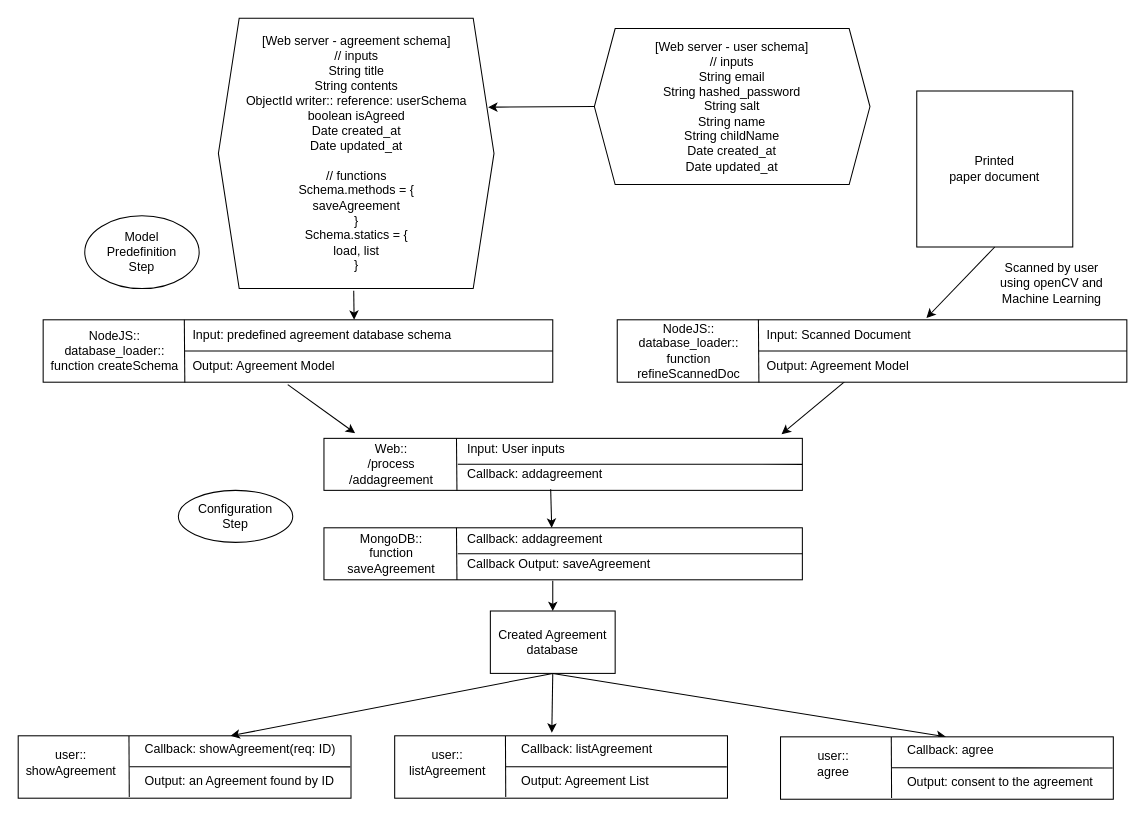
This is page "Page-2" (2 of 3) of Untitled Diagram.drawio from dosthcpp/My-Projects, a draw.io file, before an edit. Source tidied: cells renumbered, new cells numbered last; positions are measured from the earlier drawing's top-left corner, leaving out a move shared by most shapes. Both pictures are drawn from the tidied source at 104%, with x=0, y=0 at pixel (18, 18).
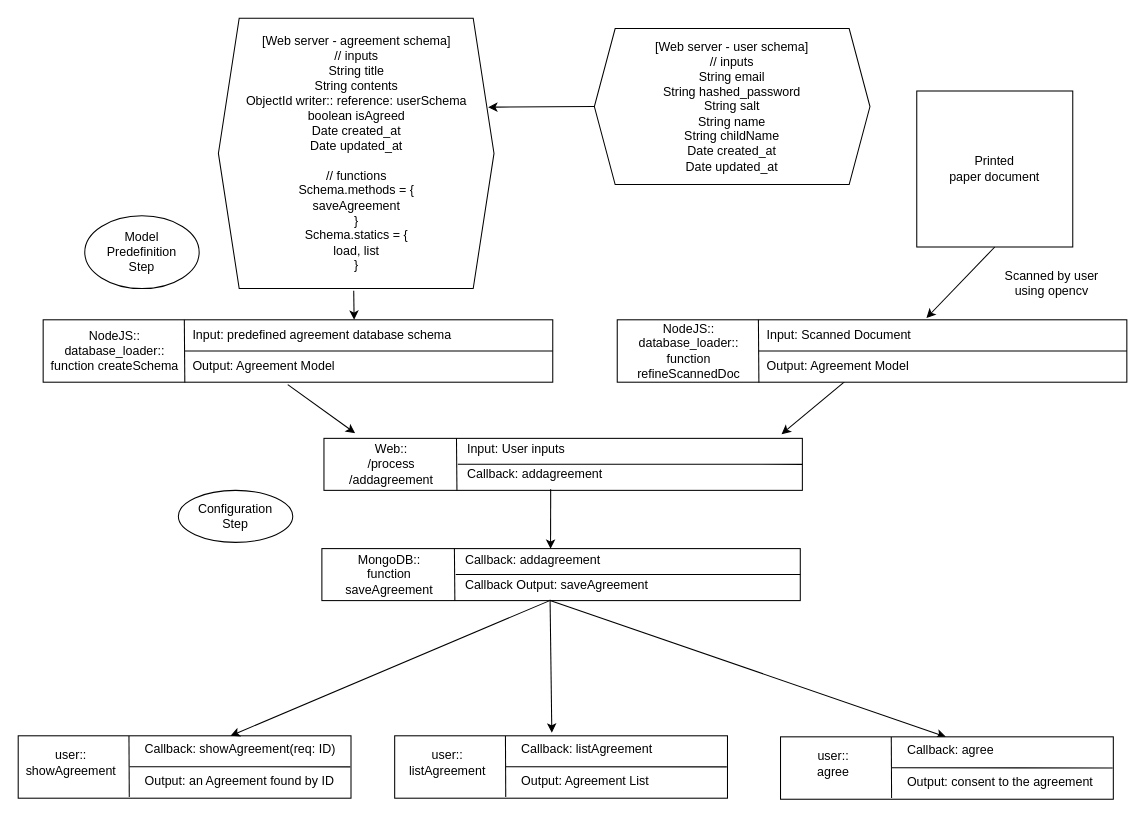
After the change.

The change refers to these unchanged cells:
```xml
<mxCell id="30" style="rounded=0;whiteSpace=wrap;html=1;" parent="1" vertex="1">
  <mxGeometry y="690" width="320" height="60" as="geometry" />
</mxCell>
```

Change to the diagram source:
```diff
@@
-    <mxCell id="15" value="Scanned by user using openCV and&lt;br&gt;Machine Learning" style="text;html=1;strokeColor=none;fillColor=none;align=center;verticalAlign=middle;whiteSpace=wrap;rounded=0;" parent="1" vertex="1">
+    <mxCell id="15" value="Scanned by user&lt;br&gt;using opencv" style="text;html=1;strokeColor=none;fillColor=none;align=center;verticalAlign=middle;whiteSpace=wrap;rounded=0;" parent="1" vertex="1">
       <mxGeometry x="934" y="230" width="120" height="50" as="geometry" />
     </mxCell>
@@
     <mxCell id="23" style="rounded=0;whiteSpace=wrap;html=1;" parent="1" vertex="1">
-      <mxGeometry x="294" y="490" width="460" height="50" as="geometry" />
+      <mxGeometry x="292" y="510" width="460" height="50" as="geometry" />
     </mxCell>
     <mxCell id="24" value="MongoDB::&lt;br&gt;function saveAgreement" style="text;html=1;strokeColor=none;fillColor=none;align=center;verticalAlign=middle;whiteSpace=wrap;rounded=0;" parent="1" vertex="1">
-      <mxGeometry x="294" y="505" width="130" height="20" as="geometry" />
+      <mxGeometry x="292" y="525" width="130" height="20" as="geometry" />
     </mxCell>
     <mxCell id="25" value="Callback: addagreement" style="text;html=1;strokeColor=none;fillColor=none;align=left;verticalAlign=middle;whiteSpace=wrap;rounded=0;" parent="1" vertex="1">
-      <mxGeometry x="430" y="491" width="270" height="20" as="geometry" />
+      <mxGeometry x="428" y="511" width="270" height="20" as="geometry" />
     </mxCell>
@@
     <mxCell id="28" value="Callback Output: saveAgreement" style="text;html=1;strokeColor=none;fillColor=none;align=left;verticalAlign=middle;whiteSpace=wrap;rounded=0;" parent="1" vertex="1">
-      <mxGeometry x="430" y="515" width="324" height="20" as="geometry" />
+      <mxGeometry x="428" y="535" width="324" height="20" as="geometry" />
     </mxCell>
-    <mxCell id="29" value="Created Agreement&lt;br&gt;database" style="rounded=0;whiteSpace=wrap;html=1;" parent="1" vertex="1">
-      <mxGeometry x="454" y="570" width="120" height="60" as="geometry" />
-    </mxCell>
@@
-    <mxCell id="38" style="endArrow=classic;html=1;exitX=0.55;exitY=0.98;exitDx=0;exitDy=0;exitPerimeter=0;entryX=0.437;entryY=-0.05;entryDx=0;entryDy=0;entryPerimeter=0;" parent="1" edge="1">
+    <mxCell id="38" style="endArrow=classic;html=1;exitX=0.55;exitY=0.98;exitDx=0;exitDy=0;exitPerimeter=0;entryX=0.478;entryY=0.003;entryDx=0;entryDy=0;entryPerimeter=0;" parent="1" edge="1" target="23">
       <mxGeometry relative="1" as="geometry">
         <mxPoint x="512" y="453" as="sourcePoint" />
-        <mxPoint x="513" y="490" as="targetPoint" />
       </mxGeometry>
     </mxCell>
-    <mxCell id="39" style="endArrow=classic;html=1;entryX=0.5;entryY=0;entryDx=0;entryDy=0;" parent="1" edge="1">
-      <mxGeometry relative="1" as="geometry">
-        <mxPoint x="514" y="541" as="sourcePoint" />
-        <mxPoint x="514" y="570" as="targetPoint" />
-      </mxGeometry>
-    </mxCell>
-    <mxCell id="40" style="endArrow=classic;html=1;exitX=0.5;exitY=1;exitDx=0;exitDy=0;entryX=0.638;entryY=0;entryDx=0;entryDy=0;entryPerimeter=0;" parent="1" edge="1" source="29" target="30">
+    <mxCell id="40" style="endArrow=classic;html=1;entryX=0.638;entryY=0;entryDx=0;entryDy=0;entryPerimeter=0;exitX=0.475;exitY=1.005;exitDx=0;exitDy=0;exitPerimeter=0;" parent="1" edge="1" source="23" target="30">
       <mxGeometry relative="1" as="geometry" />
     </mxCell>
-    <mxCell id="41" style="endArrow=classic;html=1;exitX=0.5;exitY=1;exitDx=0;exitDy=0;entryX=0.096;entryY=-0.2;entryDx=0;entryDy=0;entryPerimeter=0;" parent="1" edge="1" source="29">
+    <mxCell id="41" style="endArrow=classic;html=1;exitX=0.477;exitY=0.982;exitDx=0;exitDy=0;entryX=0.096;entryY=-0.2;entryDx=0;entryDy=0;entryPerimeter=0;exitPerimeter=0;" parent="1" edge="1" source="23">
       <mxGeometry relative="1" as="geometry">
         <mxPoint x="513.1" y="687" as="targetPoint" />
       </mxGeometry>
     </mxCell>
-    <mxCell id="42" style="endArrow=classic;html=1;entryX=0.25;entryY=0;entryDx=0;entryDy=0;" parent="1" edge="1">
+    <mxCell id="42" style="endArrow=classic;html=1;entryX=0.25;entryY=0;entryDx=0;entryDy=0;exitX=0.477;exitY=0.997;exitDx=0;exitDy=0;exitPerimeter=0;" parent="1" edge="1" source="23">
       <mxGeometry relative="1" as="geometry">
-        <mxPoint x="514" y="630" as="sourcePoint" />
         <mxPoint x="892" y="691" as="targetPoint" />
       </mxGeometry>
     </mxCell>
```
